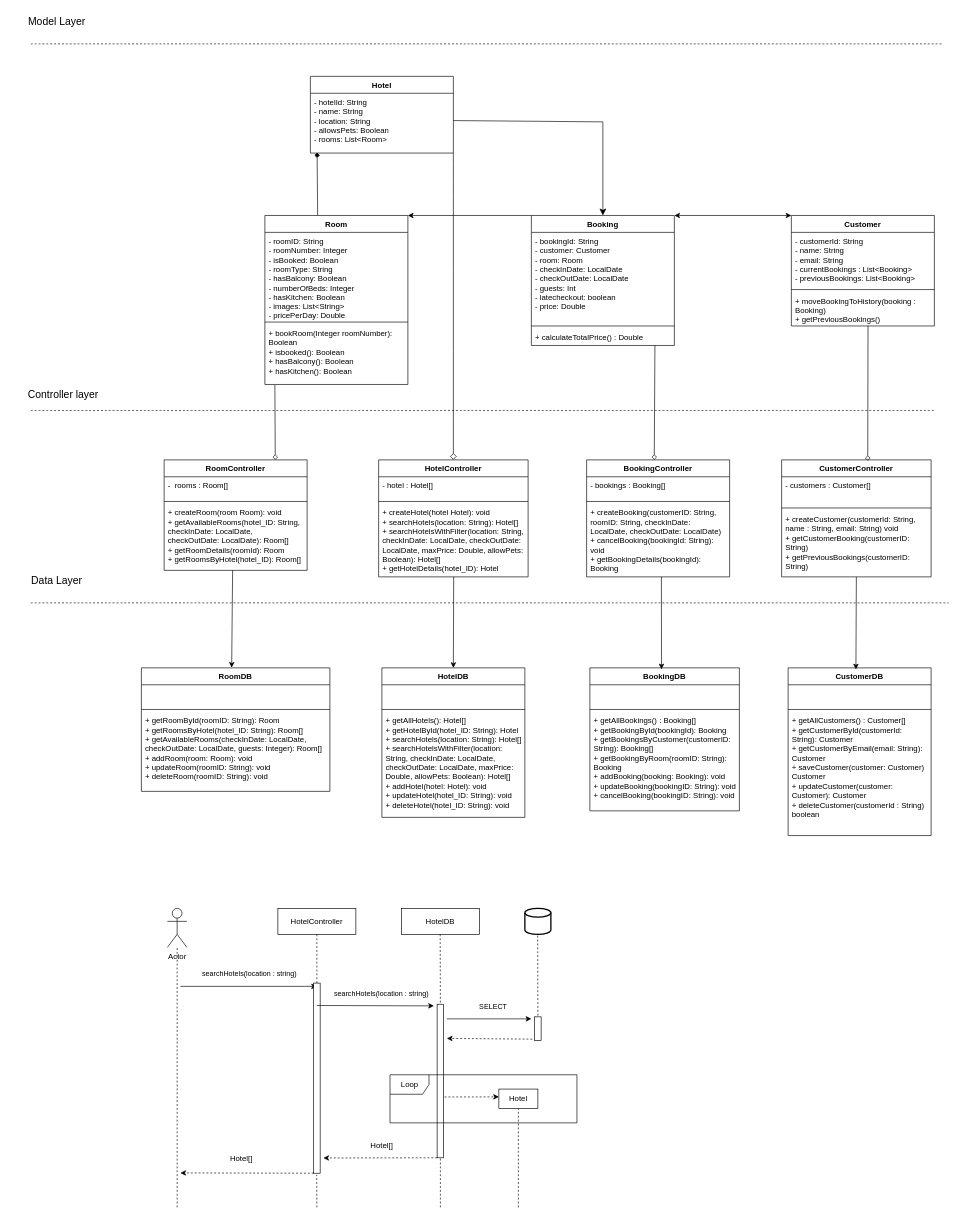
The draw.io diagram V3/Design Module.drawio in rthor997/HBV401G-Throun_hugbunathar, before the edit. Source tidied: cells renumbered, new cells numbered last; positions are measured from the earlier drawing's top-left corner, leaving out a move shared by most shapes. Both pictures are drawn from the tidied source at 65%, with x=0, y=0 at pixel (11, 11).
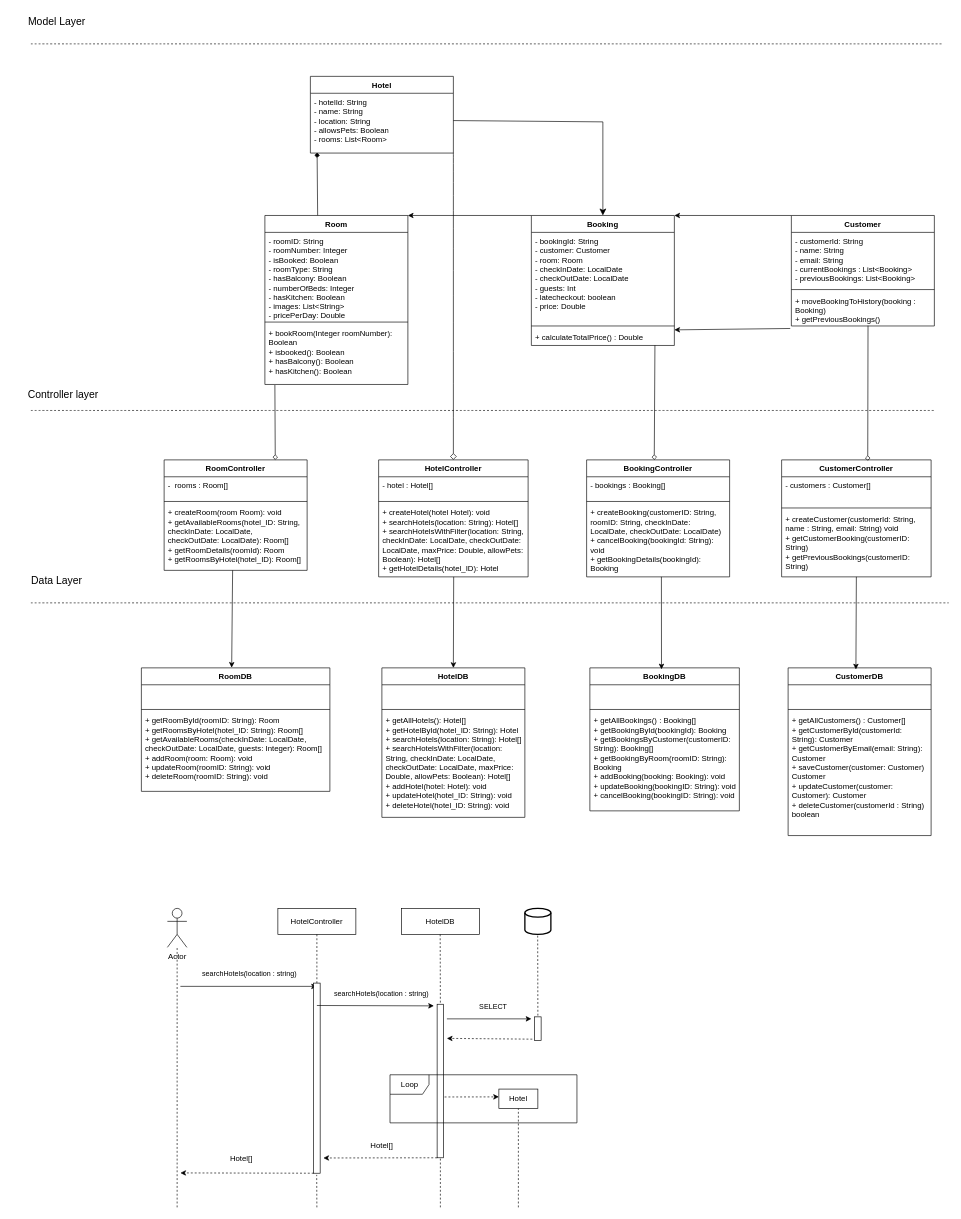
The same page after the edit.

Commit message:
Laga örvar

Unchanged cells that the change refers to:
```xml
<mxCell id="2" value="Customer" style="swimlane;fontStyle=1;align=center;verticalAlign=top;horizontal=1;startSize=26;whiteSpace=wrap;html=1;" parent="1" vertex="1">
  <mxGeometry x="1200" y="314" width="220" height="170" as="geometry" />
</mxCell>
<mxCell id="5" value="&lt;div&gt;+ moveBookingToHistory(booking : Booking)&lt;/div&gt;&lt;div&gt;+ getPreviousBookings()&lt;/div&gt;" style="text;strokeColor=none;fillColor=none;align=left;verticalAlign=top;spacingLeft=4;spacingRight=4;overflow=hidden;points=[[0,0.5],[1,0.5]];portConstraint=eastwest;whiteSpace=wrap;html=1;" parent="2" vertex="1">
  <mxGeometry y="118" width="220" height="52" as="geometry" />
</mxCell>
<mxCell id="10" value="Booking" style="swimlane;fontStyle=1;align=center;verticalAlign=top;horizontal=1;startSize=26;whiteSpace=wrap;html=1;" parent="1" vertex="1">
  <mxGeometry x="800" y="314" width="220" height="200" as="geometry" />
</mxCell>
```

What changed in the source:
```diff
@@
-    <mxCell id="19" style="endArrow=classic;html=1;rounded=0;entryX=1;entryY=0;entryDx=0;entryDy=0;exitX=0;exitY=0;exitDx=0;exitDy=0;startArrow=classic;startFill=1;" parent="1" edge="1" source="2" target="10">
+    <mxCell id="19" style="endArrow=classic;html=1;rounded=0;entryX=1;entryY=0;entryDx=0;entryDy=0;exitX=0;exitY=0;exitDx=0;exitDy=0;startArrow=none;startFill=0;" parent="1" edge="1" source="2" target="10">
       <mxGeometry relative="1" as="geometry" />
     </mxCell>
@@
+    <mxCell id="95" style="endArrow=classic;html=1;rounded=0;exitX=-0.008;exitY=1.074;exitDx=0;exitDy=0;exitPerimeter=0;" parent="1" edge="1" source="5">
+      <mxGeometry relative="1" as="geometry">
+        <mxPoint x="1020" y="490" as="targetPoint" />
+      </mxGeometry>
+    </mxCell>
```
